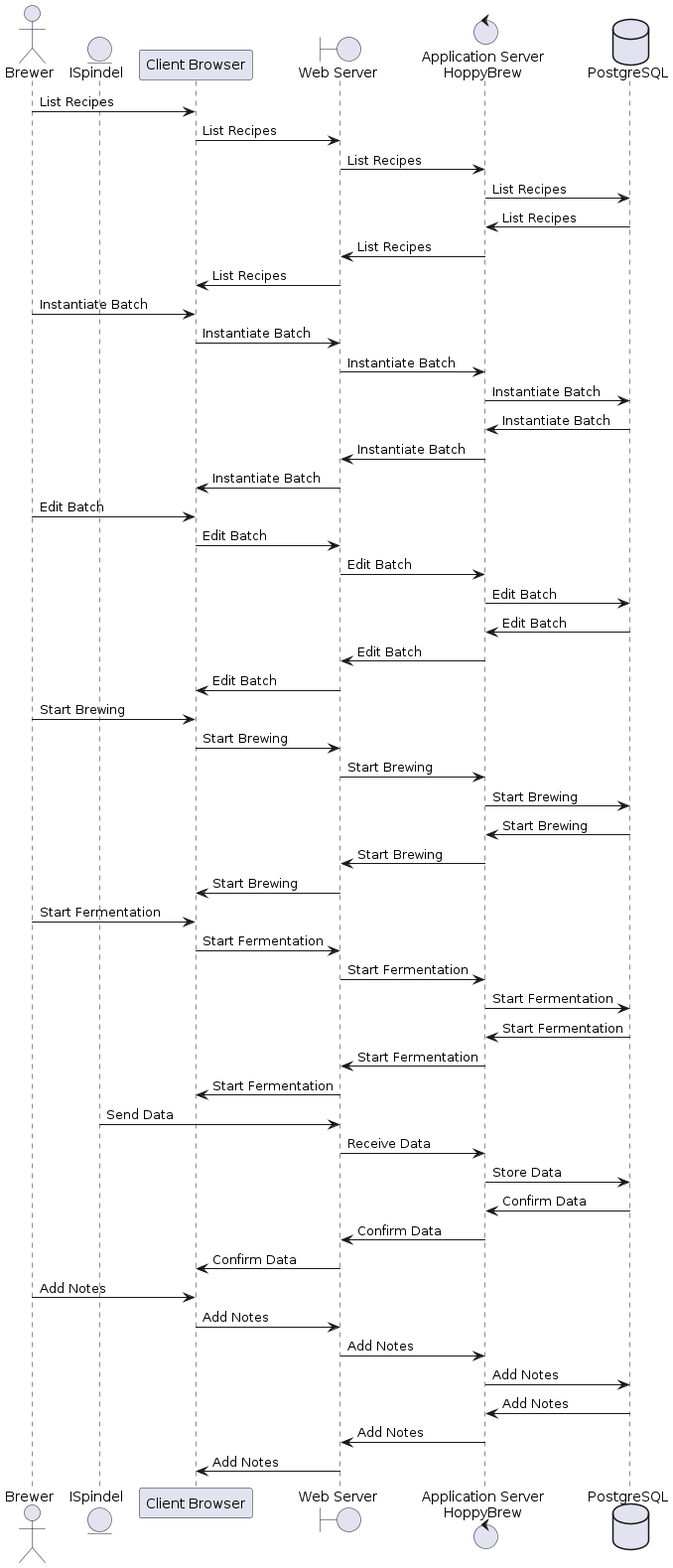
The PlantUML diagram documents/01-Conception-Phase/images/07-Runtime-View-CRUD-Batch.png in asbor/iu-project-software-engineering, before a commit.
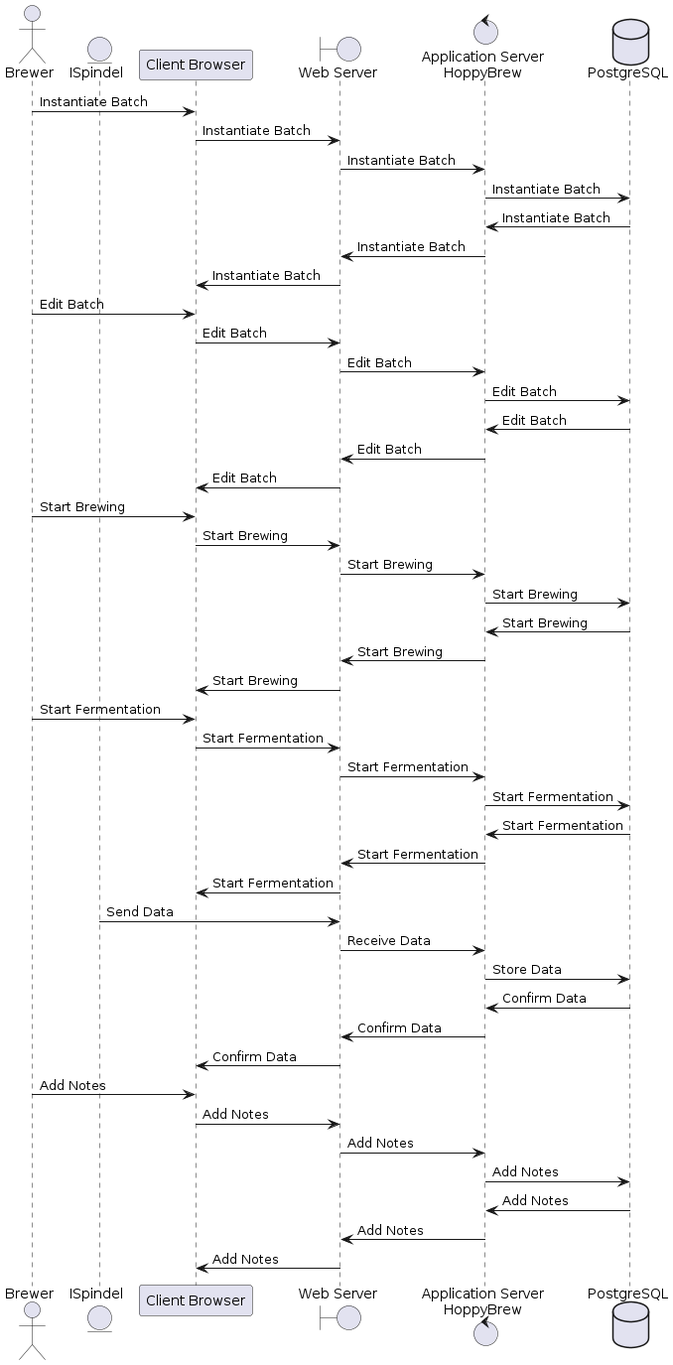
After the change.

The edit, as a diff of the source:
```diff
@@ -6,14 +6,6 @@
 boundary WebServer as "Web Server"
 control AppServer as "Application Server\nHoppyBrew"
 database "PostgreSQL" as PostgreSQL
-
-Brewer -> ClientBrowser : List Recipes
-ClientBrowser -> WebServer : List Recipes
-WebServer -> AppServer : List Recipes
-AppServer -> PostgreSQL : List Recipes
-PostgreSQL -> AppServer : List Recipes
-AppServer -> WebServer : List Recipes
-WebServer -> ClientBrowser : List Recipes
 
 Brewer -> ClientBrowser : Instantiate Batch
 ClientBrowser -> WebServer : Instantiate Batch
```
